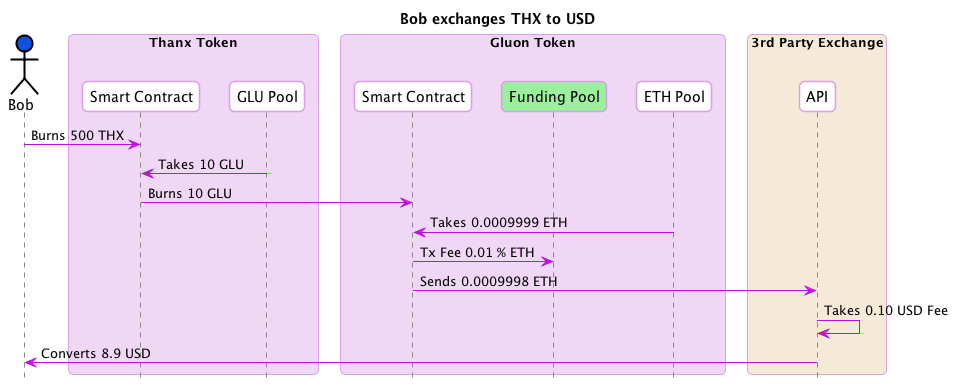
Before: flows/b-thx-to-usd-b.png, a diagram exported from PlantUML (gluon-project/gluon-specs).
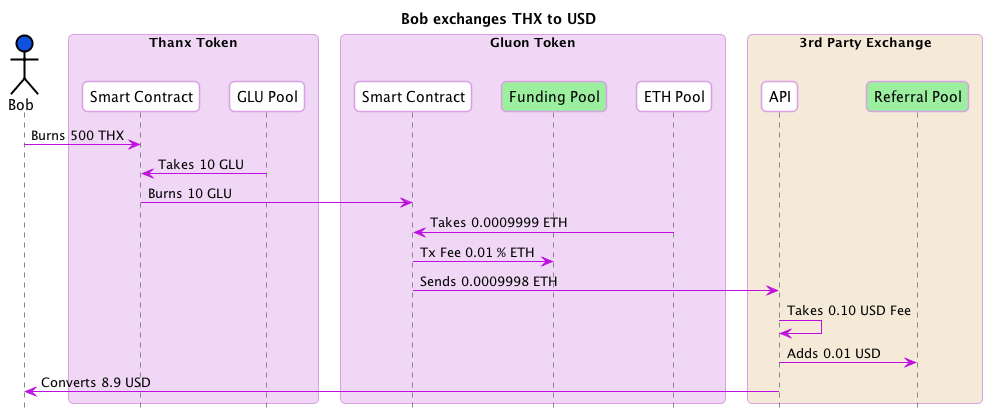
The same file after the commit.

Commit message:
Exchange referral pool

Diff of the diagram source:
```diff
@@ -39,6 +39,7 @@
 end box
 box "3rd Party Exchange" #F5E9D7
   participant "API" as Exchange
+  participant "Referral Pool" as ReferralPool #9CEF9F
 end box
 
 Bob -> ThanxSC : Burns 500 THX
@@ -48,6 +49,7 @@
 GluonSC -> FundingPool : Tx Fee 0.01 % ETH
 GluonSC -> Exchange : Sends 0.0009998 ETH
 Exchange -> Exchange : Takes 0.10 USD Fee
+Exchange -> ReferralPool : Adds 0.01 USD
 Exchange -> Bob : Converts 8.9 USD
 
 @enduml
```
